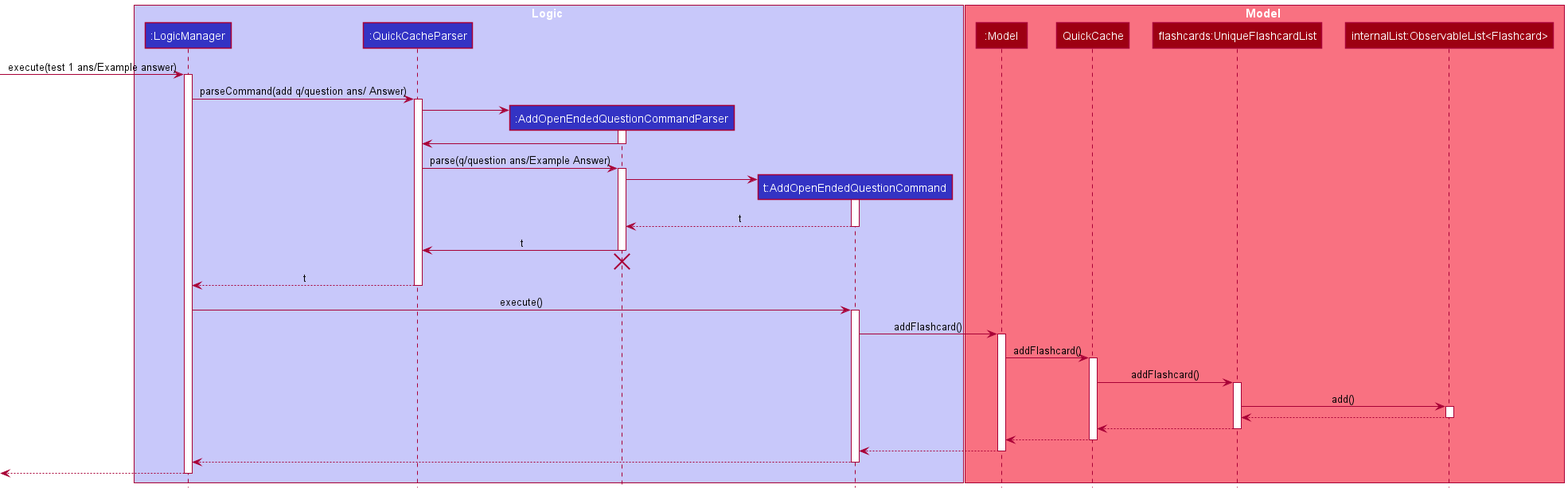
Above: docs/images/AddOpenEndedSequenceDiagram.png in GilbertTan19/tp (PlantUML), before the change. The source it was exported from:
```plantuml
@startuml
!include style.puml

box Logic LOGIC_COLOR_T1
participant ":LogicManager" as LogicManager LOGIC_COLOR
participant ":QuickCacheParser" as QuickCacheParser LOGIC_COLOR
participant ":AddOpenEndedQuestionCommandParser" as AddOpenEndedQuestionCommandParser LOGIC_COLOR
participant "t:AddOpenEndedQuestionCommand" as AddOpenEndedQuestionCommand LOGIC_COLOR
end box

box Model MODEL_COLOR_T1
participant ":Model" as Model MODEL_COLOR
participant "QuickCache" as QuickCache MODEL_COLOR
participant "flashcards:UniqueFlashcardList" as Flashcards MODEL_COLOR
participant "internalList:ObservableList<Flashcard>" as ObservableList MODEL_COLOR
end box
[-> LogicManager : execute(test 1 ans/Example answer)
activate LogicManager

LogicManager -> QuickCacheParser : parseCommand(add q/question ans/ Answer)
activate QuickCacheParser

create AddOpenEndedQuestionCommandParser
QuickCacheParser -> AddOpenEndedQuestionCommandParser
activate AddOpenEndedQuestionCommandParser

AddOpenEndedQuestionCommandParser -> QuickCacheParser
deactivate AddOpenEndedQuestionCommandParser

QuickCacheParser -> AddOpenEndedQuestionCommandParser : parse(q/question ans/Example Answer)
activate AddOpenEndedQuestionCommandParser

create AddOpenEndedQuestionCommand
AddOpenEndedQuestionCommandParser -> AddOpenEndedQuestionCommand
activate AddOpenEndedQuestionCommand

AddOpenEndedQuestionCommand --> AddOpenEndedQuestionCommandParser : t
deactivate AddOpenEndedQuestionCommand

AddOpenEndedQuestionCommandParser -> QuickCacheParser : t
deactivate AddOpenEndedQuestionCommandParser

AddOpenEndedQuestionCommandParser -[hidden]-> QuickCacheParser
destroy AddOpenEndedQuestionCommandParser

QuickCacheParser --> LogicManager : t
deactivate QuickCacheParser

LogicManager -> AddOpenEndedQuestionCommand : execute()
activate AddOpenEndedQuestionCommand

AddOpenEndedQuestionCommand -> Model : addFlashcard()
activate Model

Model -> QuickCache :addFlashcard()
activate QuickCache

QuickCache -> Flashcards :addFlashcard()
activate Flashcards

Flashcards -> ObservableList : add()
activate ObservableList
return

return

return

return

return

[<--LogicManager
deactivate LogicManager
@enduml
```
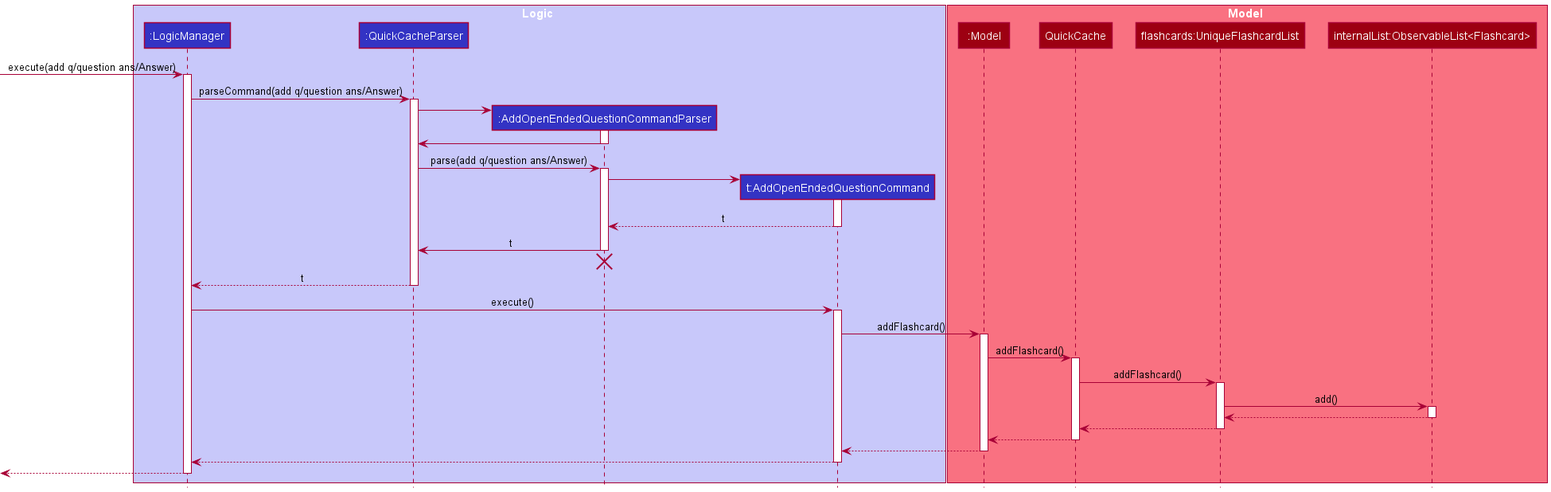
The same file after the commit.

Commit message:
Update diagram for add and addmcq command

The edit, as a diff of the source:
```diff
@@ -14,10 +14,10 @@
 participant "flashcards:UniqueFlashcardList" as Flashcards MODEL_COLOR
 participant "internalList:ObservableList<Flashcard>" as ObservableList MODEL_COLOR
 end box
-[-> LogicManager : execute(test 1 ans/Example answer)
+[-> LogicManager : execute(add q/question ans/Answer)
 activate LogicManager
 
-LogicManager -> QuickCacheParser : parseCommand(add q/question ans/ Answer)
+LogicManager -> QuickCacheParser : parseCommand(add q/question ans/Answer)
 activate QuickCacheParser
 
 create AddOpenEndedQuestionCommandParser
@@ -27,7 +27,7 @@
 AddOpenEndedQuestionCommandParser -> QuickCacheParser
 deactivate AddOpenEndedQuestionCommandParser
 
-QuickCacheParser -> AddOpenEndedQuestionCommandParser : parse(q/question ans/Example Answer)
+QuickCacheParser -> AddOpenEndedQuestionCommandParser : parse(add q/question ans/Answer)
 activate AddOpenEndedQuestionCommandParser
 
 create AddOpenEndedQuestionCommand
```
